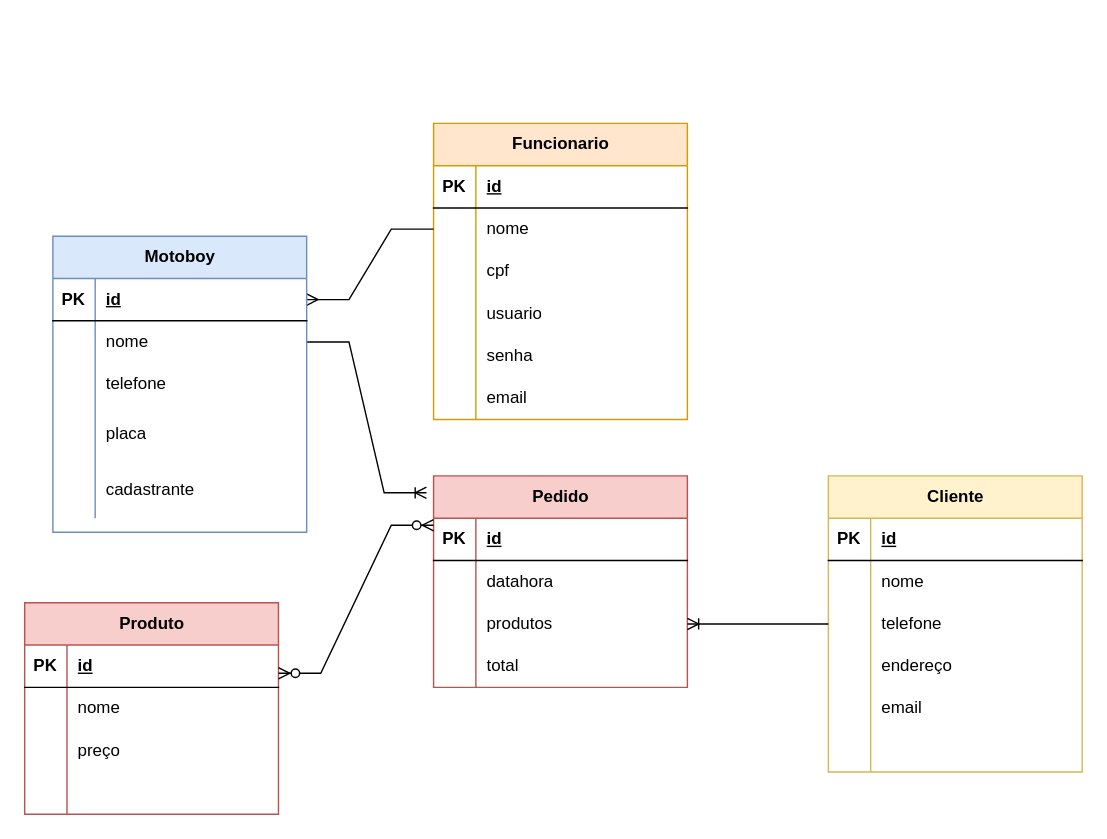
This is DiagramaER.drawio from VLGallo/projeto-integrador-1-back-end, a draw.io file, before an edit. Source tidied: cells renumbered, new cells numbered last; positions are measured from the earlier drawing's top-left corner, leaving out a move shared by most shapes. Both pictures are drawn from the tidied source at 141%, with x=0, y=0 at pixel (24, 123).
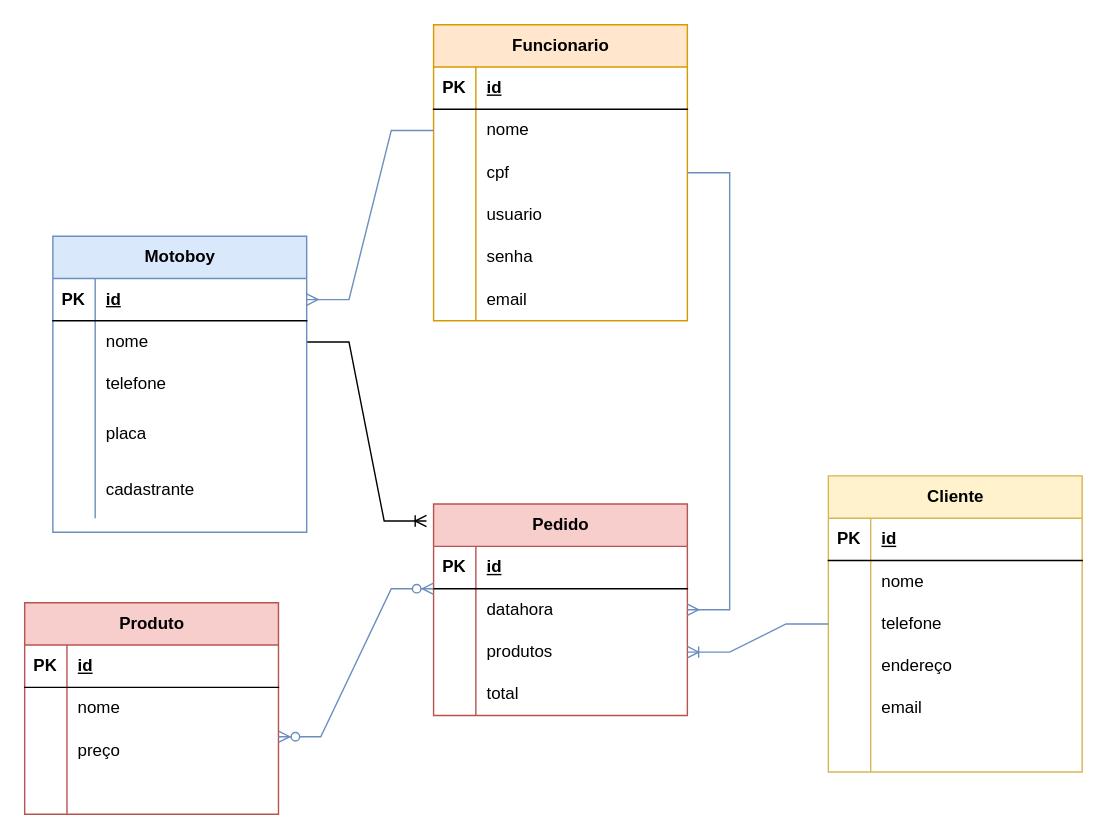
Above is the later version.

Unchanged cells that the change refers to:
```xml
<mxCell id="6" style="shape=tableRow;horizontal=0;startSize=0;swimlaneHead=0;swimlaneBody=0;fillColor=none;points=[[0,0.5],[1,0.5]];portConstraint=eastwest;top=0;left=0;right=0;bottom=0;" parent="2" vertex="1">
  <mxGeometry y="60" width="180" height="30" as="geometry" />
</mxCell>
<mxCell id="28" style="shape=tableRow;horizontal=0;startSize=0;swimlaneHead=0;swimlaneBody=0;fillColor=none;points=[[0,0.5],[1,0.5]];portConstraint=eastwest;top=0;left=0;right=0;bottom=0;" parent="21" vertex="1">
  <mxGeometry y="90" width="180" height="30" as="geometry" />
</mxCell>
<mxCell id="47" style="shape=tableRow;horizontal=0;startSize=0;swimlaneHead=0;swimlaneBody=0;fillColor=none;points=[[0,0.5],[1,0.5]];portConstraint=eastwest;top=0;left=0;right=0;bottom=0;" parent="40" vertex="1">
  <mxGeometry y="90" width="180" height="30" as="geometry" />
</mxCell>
<mxCell id="71" style="shape=tableRow;horizontal=0;startSize=0;swimlaneHead=0;swimlaneBody=0;fillColor=none;points=[[0,0.5],[1,0.5]];portConstraint=eastwest;top=0;left=0;right=0;bottom=1;" parent="70" vertex="1">
  <mxGeometry y="30" width="180" height="30" as="geometry" />
</mxCell>
```

The edit, as a diff of the source:
```diff
@@
     <mxCell id="2" value="Funcionario" style="shape=table;startSize=30;childLayout=tableLayout;rowLines=0;fontStyle=1;align=center;html=1;fillColor=#ffe6cc;strokeColor=#d79b00;" parent="1" vertex="1">
-      <mxGeometry x="290" width="180" height="210" as="geometry" />
+      <mxGeometry x="290" y="-70" width="180" height="210" as="geometry" />
     </mxCell>
@@
     <mxCell id="40" value="Pedido" style="shape=table;startSize=30;childLayout=tableLayout;rowLines=0;fontStyle=1;align=center;html=1;fillColor=#f8cecc;strokeColor=#b85450;" parent="1" vertex="1">
-      <mxGeometry x="290" y="250" width="180" height="150" as="geometry" />
+      <mxGeometry x="290" y="270" width="180" height="150" as="geometry" />
     </mxCell>
@@
-    <mxCell id="66" style="edgeStyle=entityRelationEdgeStyle;fontSize=12;html=1;endArrow=ERoneToMany;rounded=0;exitX=0;exitY=0.5;exitDx=0;exitDy=0;entryX=1;entryY=0.5;entryDx=0;entryDy=0;" parent="1" edge="1" source="28" target="47">
+    <mxCell id="66" style="edgeStyle=entityRelationEdgeStyle;fontSize=12;html=1;endArrow=ERoneToMany;rounded=0;exitX=0;exitY=0.5;exitDx=0;exitDy=0;entryX=1;entryY=0.5;entryDx=0;entryDy=0;fillColor=#dae8fc;strokeColor=#6c8ebf;" parent="1" edge="1" source="28" target="47">
       <mxGeometry relative="1" as="geometry" />
     </mxCell>
@@
-    <mxCell id="68" style="edgeStyle=entityRelationEdgeStyle;fontSize=12;html=1;endArrow=ERmany;rounded=0;entryX=1;entryY=0.5;entryDx=0;entryDy=0;exitX=0;exitY=0.5;exitDx=0;exitDy=0;" parent="1" edge="1" source="6" target="71">
+    <mxCell id="68" style="edgeStyle=entityRelationEdgeStyle;fontSize=12;html=1;endArrow=ERmany;rounded=0;entryX=1;entryY=0.5;entryDx=0;entryDy=0;exitX=0;exitY=0.5;exitDx=0;exitDy=0;fillColor=#dae8fc;strokeColor=#6c8ebf;" parent="1" edge="1" source="6" target="71">
       <mxGeometry relative="1" as="geometry" />
     </mxCell>
-    <mxCell id="69" style="edgeStyle=entityRelationEdgeStyle;fontSize=12;html=1;endArrow=ERzeroToMany;endFill=1;startArrow=ERzeroToMany;rounded=0;" parent="1" edge="1">
+    <mxCell id="69" style="edgeStyle=entityRelationEdgeStyle;fontSize=12;html=1;endArrow=ERzeroToMany;endFill=1;startArrow=ERzeroToMany;rounded=0;fillColor=#dae8fc;strokeColor=#6c8ebf;" parent="1" edge="1">
       <mxGeometry relative="1" as="geometry">
-        <mxPoint x="180" y="390" as="sourcePoint" />
-        <mxPoint x="290" y="285" as="targetPoint" />
+        <mxPoint x="180" y="435" as="sourcePoint" />
+        <mxPoint x="290" y="330" as="targetPoint" />
         <Array as="points">
-          <mxPoint x="80" y="450" />
-          <mxPoint x="60" y="460" />
+          <mxPoint x="80" y="495" />
+          <mxPoint x="60" y="505" />
         </Array>
       </mxGeometry>
     </mxCell>
@@
+    <mxCell id="86" style="edgeStyle=entityRelationEdgeStyle;fontSize=12;html=1;endArrow=ERmany;rounded=0;fillColor=#dae8fc;strokeColor=#6c8ebf;" parent="1" edge="1" source="2" target="40">
+      <mxGeometry relative="1" as="geometry" />
+    </mxCell>
```
